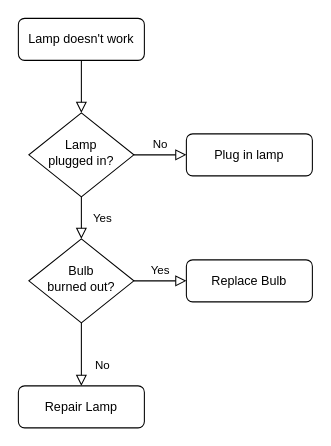
The draw.io diagram Frontend/Untitled Diagram.drawio in pampucks/RMproject, before the edit. Source tidied: cells renumbered, new cells numbered last; positions are measured from the earlier drawing's top-left corner, leaving out a move shared by most shapes. Both pictures are drawn from the tidied source at 105%, with x=0, y=0 at pixel (18, 18).
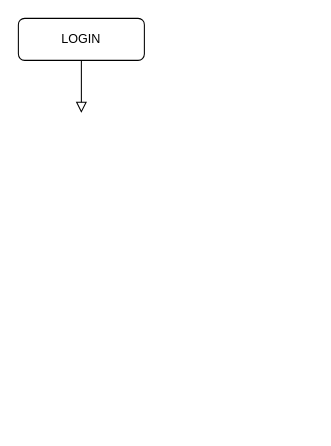
The same diagram, later.

Commit message:
Diagram FE RMproject

Diff of the diagram source:
```diff
@@
 <mxGraphModel>
   <root>
     <mxCell id="0" />
     <mxCell id="1" parent="0" />
-    <mxCell id="2" style="rounded=0;html=1;jettySize=auto;fontSize=11;endArrow=block;endFill=0;endSize=8;strokeWidth=1;shadow=0;labelBackgroundColor=none;edgeStyle=orthogonalEdgeStyle;" parent="1" edge="1" source="3" target="6">
-      <mxGeometry relative="1" as="geometry" />
+    <mxCell id="2" style="rounded=0;html=1;jettySize=auto;fontSize=11;endArrow=block;endFill=0;endSize=8;strokeWidth=1;shadow=0;labelBackgroundColor=none;edgeStyle=orthogonalEdgeStyle;" parent="1" edge="1" source="3">
+      <mxGeometry relative="1" as="geometry">
+        <mxPoint x="60" y="90" as="targetPoint" />
+      </mxGeometry>
     </mxCell>
-    <mxCell id="3" value="Lamp doesn't work" style="rounded=1;whiteSpace=wrap;html=1;fontSize=12;glass=0;strokeWidth=1;shadow=0;" parent="1" vertex="1">
+    <mxCell id="3" value="LOGIN" style="rounded=1;whiteSpace=wrap;html=1;fontSize=12;glass=0;strokeWidth=1;shadow=0;" parent="1" vertex="1">
       <mxGeometry width="120" height="40" as="geometry" />
     </mxCell>
-    <mxCell id="4" value="Yes" style="rounded=0;html=1;jettySize=auto;fontSize=11;endArrow=block;endFill=0;endSize=8;strokeWidth=1;shadow=0;labelBackgroundColor=none;edgeStyle=orthogonalEdgeStyle;" parent="1" edge="1" source="6" target="10">
-      <mxGeometry y="20" relative="1" as="geometry" />
-    </mxCell>
-    <mxCell id="5" value="No" style="edgeStyle=orthogonalEdgeStyle;rounded=0;html=1;jettySize=auto;fontSize=11;endArrow=block;endFill=0;endSize=8;strokeWidth=1;shadow=0;labelBackgroundColor=none;" parent="1" edge="1" source="6" target="7">
-      <mxGeometry y="10" relative="1" as="geometry" />
-    </mxCell>
-    <mxCell id="6" value="Lamp&lt;br&gt;plugged in?" style="rhombus;whiteSpace=wrap;html=1;shadow=0;fontFamily=Helvetica;fontSize=12;align=center;strokeWidth=1;spacing=6;spacingTop=-4;" parent="1" vertex="1">
-      <mxGeometry x="10" y="90" width="100" height="80" as="geometry" />
-    </mxCell>
-    <mxCell id="7" value="Plug in lamp" style="rounded=1;whiteSpace=wrap;html=1;fontSize=12;glass=0;strokeWidth=1;shadow=0;" parent="1" vertex="1">
-      <mxGeometry x="160" y="110" width="120" height="40" as="geometry" />
-    </mxCell>
-    <mxCell id="8" value="No" style="rounded=0;html=1;jettySize=auto;fontSize=11;endArrow=block;endFill=0;endSize=8;strokeWidth=1;shadow=0;labelBackgroundColor=none;edgeStyle=orthogonalEdgeStyle;" parent="1" edge="1" source="10" target="11">
-      <mxGeometry x="0.33" y="20" relative="1" as="geometry" />
-    </mxCell>
-    <mxCell id="9" value="Yes" style="edgeStyle=orthogonalEdgeStyle;rounded=0;html=1;jettySize=auto;fontSize=11;endArrow=block;endFill=0;endSize=8;strokeWidth=1;shadow=0;labelBackgroundColor=none;" parent="1" edge="1" source="10" target="12">
-      <mxGeometry y="10" relative="1" as="geometry" />
-    </mxCell>
-    <mxCell id="10" value="Bulb&lt;br&gt;burned out?" style="rhombus;whiteSpace=wrap;html=1;shadow=0;fontFamily=Helvetica;fontSize=12;align=center;strokeWidth=1;spacing=6;spacingTop=-4;" parent="1" vertex="1">
-      <mxGeometry x="10" y="210" width="100" height="80" as="geometry" />
-    </mxCell>
-    <mxCell id="11" value="Repair Lamp" style="rounded=1;whiteSpace=wrap;html=1;fontSize=12;glass=0;strokeWidth=1;shadow=0;" parent="1" vertex="1">
-      <mxGeometry y="350" width="120" height="40" as="geometry" />
-    </mxCell>
-    <mxCell id="12" value="Replace Bulb" style="rounded=1;whiteSpace=wrap;html=1;fontSize=12;glass=0;strokeWidth=1;shadow=0;" parent="1" vertex="1">
-      <mxGeometry x="160" y="230" width="120" height="40" as="geometry" />
-    </mxCell>
   </root>
 </mxGraphModel>
```
